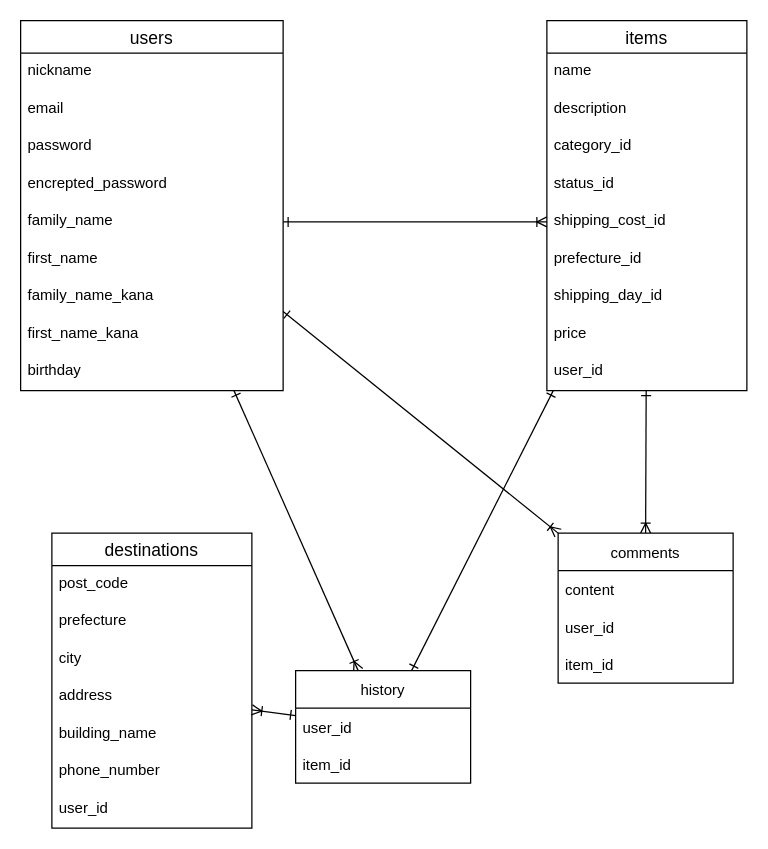
Before: ER.dio in valuset3/furima-38021, a draw.io diagram. Source tidied: cells renumbered, new cells numbered last; positions are measured from the earlier drawing's top-left corner, leaving out a move shared by most shapes. Both pictures are drawn from the tidied source at 125%, with x=0, y=0 at pixel (20, 20).
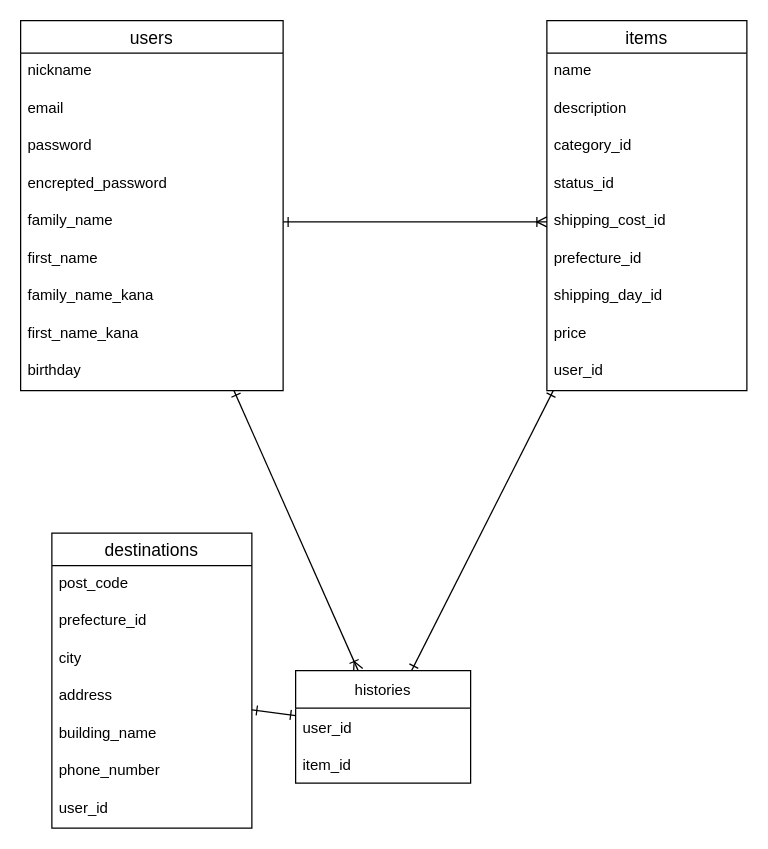
Above is the later version.

The change refers to these unchanged cells:
```xml
<mxCell id="4" value="users" style="swimlane;fontStyle=0;horizontal=1;startSize=26;align=center;fontSize=14;" parent="1" vertex="1">
  <mxGeometry width="210" height="296" as="geometry" />
</mxCell>
<mxCell id="16" value="items" style="swimlane;fontStyle=0;horizontal=1;startSize=26;align=center;fontSize=14;" parent="1" vertex="1">
  <mxGeometry x="421" width="160" height="296" as="geometry" />
</mxCell>
<mxCell id="27" value="destinations" style="swimlane;fontStyle=0;horizontal=1;startSize=26;align=center;fontSize=14;" parent="1" vertex="1">
  <mxGeometry x="25" y="410" width="160" height="236" as="geometry" />
</mxCell>
<mxCell id="31" value="address" style="text;strokeColor=none;fillColor=none;spacingLeft=4;spacingRight=4;overflow=hidden;points=[[0,0.5],[1,0.5]];portConstraint=eastwest;fontSize=12;" parent="27" vertex="1">
  <mxGeometry y="116" width="160" height="30" as="geometry" />
</mxCell>
```

Diff of the diagram source:
```diff
@@
-    <mxCell id="2" style="edgeStyle=none;jumpSize=13;html=1;entryX=0;entryY=0;entryDx=0;entryDy=0;startArrow=ERone;startFill=0;endArrow=ERoneToMany;endFill=0;strokeWidth=1;" parent="1" edge="1" source="4" target="39">
-      <mxGeometry relative="1" as="geometry" />
-    </mxCell>
@@
-    <mxCell id="14" style="edgeStyle=none;jumpSize=13;html=1;entryX=0.5;entryY=0;entryDx=0;entryDy=0;startArrow=ERone;startFill=0;endArrow=ERoneToMany;endFill=0;strokeWidth=1;" parent="1" edge="1" source="16" target="39">
-      <mxGeometry relative="1" as="geometry" />
-    </mxCell>
@@
-    <mxCell id="29" value="prefecture" style="text;strokeColor=none;fillColor=none;spacingLeft=4;spacingRight=4;overflow=hidden;fontSize=12;" parent="27" vertex="1">
+    <mxCell id="29" value="prefecture_id" style="text;strokeColor=none;fillColor=none;spacingLeft=4;spacingRight=4;overflow=hidden;fontSize=12;" parent="27" vertex="1">
       <mxGeometry y="56" width="160" height="30" as="geometry" />
     </mxCell>
@@
-    <mxCell id="35" style="edgeStyle=none;html=1;endArrow=ERoneToMany;endFill=0;startArrow=ERone;startFill=0;" parent="1" edge="1" source="36" target="31">
-      <mxGeometry relative="1" as="geometry" />
-    </mxCell>
-    <mxCell id="36" value="history" style="swimlane;fontStyle=0;horizontal=1;startSize=30;" parent="1" vertex="1">
+    <mxCell id="36" value="histories" style="swimlane;fontStyle=0;horizontal=1;startSize=30;" parent="1" vertex="1">
       <mxGeometry x="220" y="520" width="140" height="90" as="geometry" />
     </mxCell>
@@
-    <mxCell id="39" value="comments" style="swimlane;fontStyle=0;horizontal=1;startSize=30;" parent="1" vertex="1">
-      <mxGeometry x="430" y="410" width="140" height="120" as="geometry" />
-    </mxCell>
-    <mxCell id="40" value="content " style="text;strokeColor=none;fillColor=none;align=left;verticalAlign=middle;spacingLeft=4;spacingRight=4;overflow=hidden;" parent="39" vertex="1">
-      <mxGeometry y="30" width="140" height="30" as="geometry" />
-    </mxCell>
-    <mxCell id="41" value="user_id" style="text;strokeColor=none;fillColor=none;align=left;verticalAlign=middle;spacingLeft=4;spacingRight=4;overflow=hidden;" parent="39" vertex="1">
-      <mxGeometry y="60" width="140" height="30" as="geometry" />
-    </mxCell>
-    <mxCell id="42" value="item_id" style="text;strokeColor=none;fillColor=none;align=left;verticalAlign=middle;spacingLeft=4;spacingRight=4;overflow=hidden;" parent="39" vertex="1">
-      <mxGeometry y="90" width="140" height="30" as="geometry" />
-    </mxCell>
+    <mxCell id="35" style="edgeStyle=none;html=1;endArrow=ERone;endFill=0;startArrow=ERone;startFill=0;" parent="1" edge="1" source="36" target="31">
+      <mxGeometry relative="1" as="geometry" />
+    </mxCell>
```
